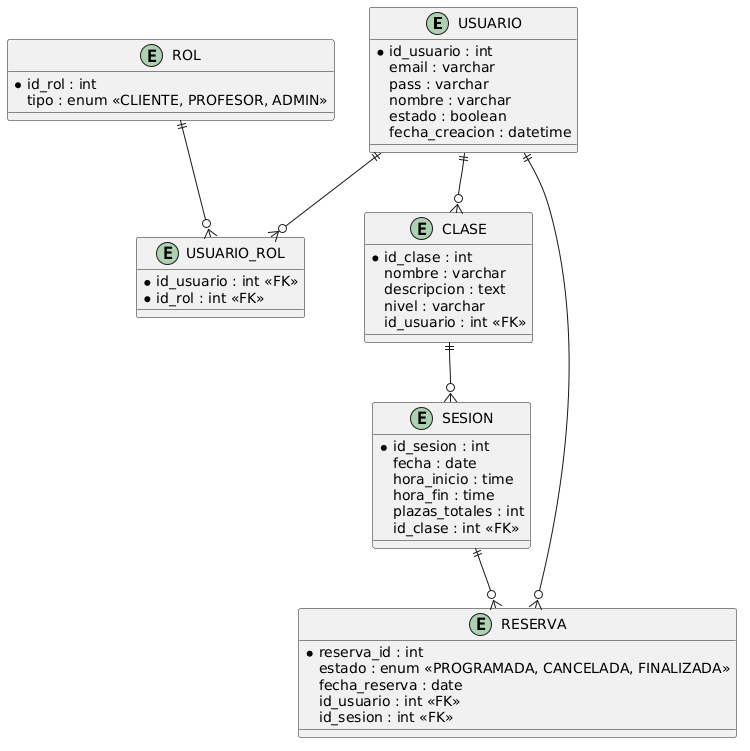
pollito96/proyectoIntermodular1DAM keeps this PlantUML diagram as docs/BasesDeDatos/ModeloRelacional.png. Above is the earlier version.
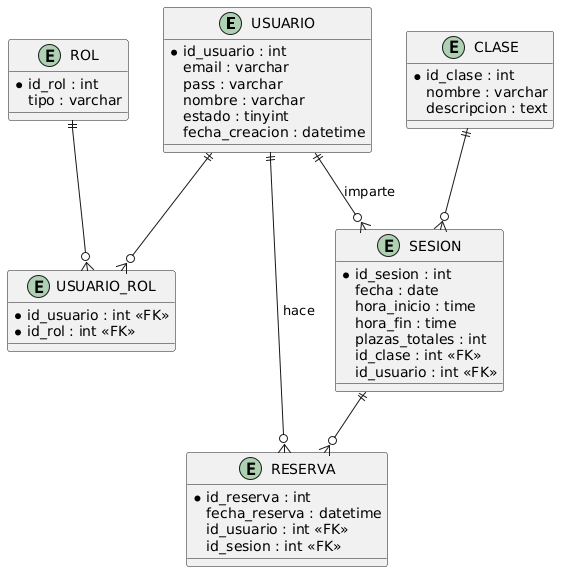
After the commit.

What changed in the source:
```diff
@@ -4,13 +4,13 @@
   email : varchar
   pass : varchar
   nombre : varchar
-  estado : boolean
+  estado : tinyint
   fecha_creacion : datetime
 }
 
 entity ROL {
   *id_rol : int
-  tipo : enum <<CLIENTE, PROFESOR, ADMIN>>
+  tipo : varchar
 }
 
 entity USUARIO_ROL {
@@ -22,8 +22,6 @@
   *id_clase : int
   nombre : varchar
   descripcion : text
-  nivel : varchar
-  id_usuario : int <<FK>>
 }
 
 entity SESION {
@@ -33,22 +31,23 @@
   hora_fin : time
   plazas_totales : int
   id_clase : int <<FK>>
+  id_usuario : int <<FK>>
 }
 
 entity RESERVA {
-  *reserva_id : int
-  estado : enum <<PROGRAMADA, CANCELADA, FINALIZADA>>
-  fecha_reserva : date
+  *id_reserva : int
+  fecha_reserva : datetime
   id_usuario : int <<FK>>
   id_sesion : int <<FK>>
 }
 
+
 USUARIO ||--o{ USUARIO_ROL
 ROL ||--o{ USUARIO_ROL
 
-USUARIO ||--o{ CLASE
 CLASE ||--o{ SESION
+USUARIO ||--o{ SESION : imparte
 
-USUARIO ||--o{ RESERVA
+USUARIO ||--o{ RESERVA :hace
 SESION ||--o{ RESERVA
 @enduml
```
